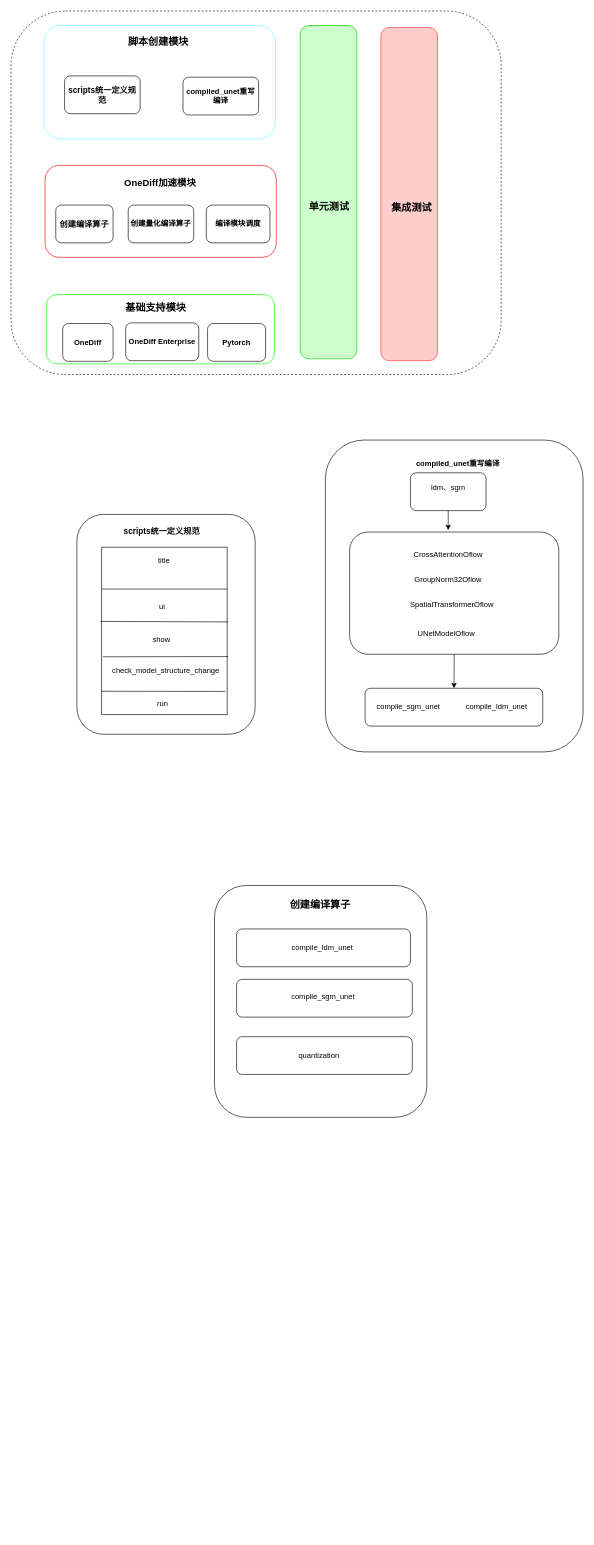
fmk345/pythonProject keeps this draw.io diagram as 未命名绘图.drawio. Above is the earlier version. Source tidied: cells renumbered, new cells numbered last; positions are measured from the earlier drawing's top-left corner, leaving out a move shared by most shapes. Both pictures are drawn from the tidied source at 63%, with x=0, y=0 at pixel (11, 11).
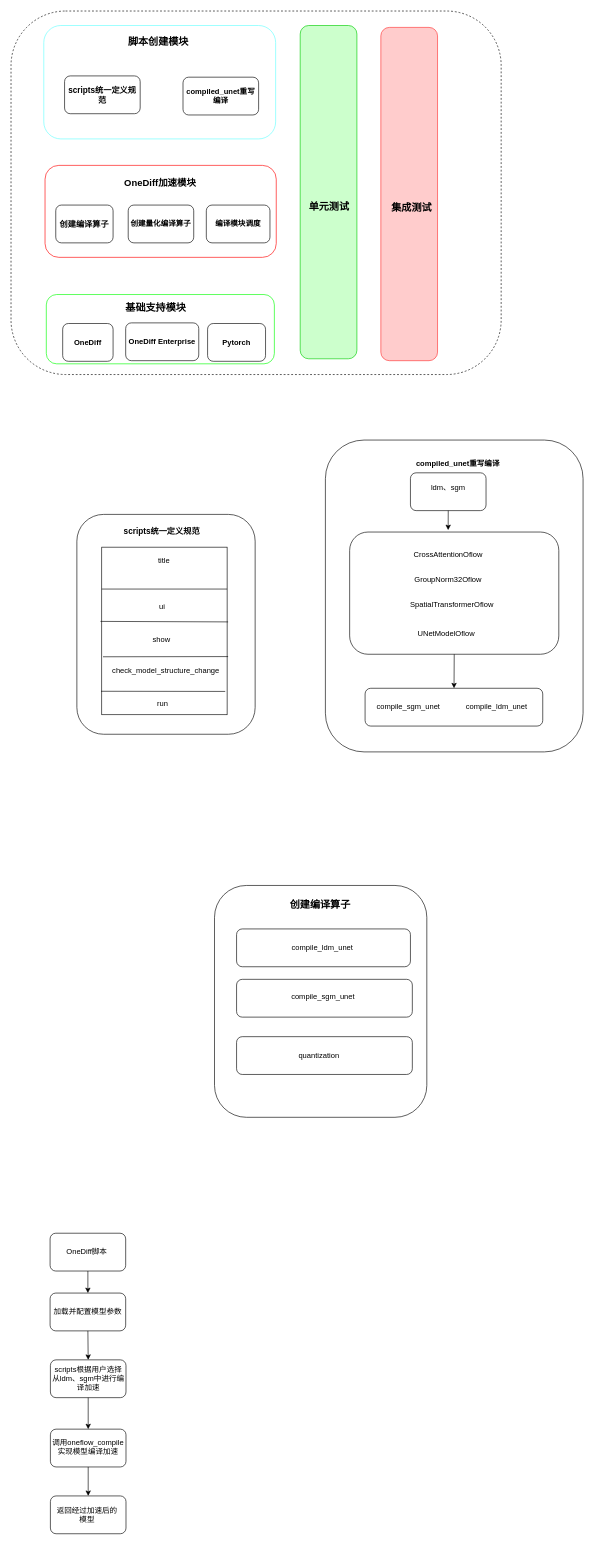
The same page after the edit.

Commit message:
更新未命名绘图.drawio

What changed in the source:
```diff
@@
+    <mxCell id="56" style="rounded=1;whiteSpace=wrap;html=1;" parent="1" vertex="1">
+      <mxGeometry x="62" y="1940" width="120" height="60" as="geometry" />
+    </mxCell>
+    <mxCell id="57" value="OneDiff脚本" style="text;html=1;align=center;verticalAlign=middle;whiteSpace=wrap;rounded=0;" parent="1" vertex="1">
+      <mxGeometry x="84" y="1955" width="73" height="30" as="geometry" />
+    </mxCell>
+    <mxCell id="58" value="加载并配置模型参数" style="rounded=1;whiteSpace=wrap;html=1;" parent="1" vertex="1">
+      <mxGeometry x="62" y="2035" width="120" height="60" as="geometry" />
+    </mxCell>
+    <mxCell id="59" value="scripts根据用户选择从ldm、sgm中进行编译加速" style="rounded=1;whiteSpace=wrap;html=1;" parent="1" vertex="1">
+      <mxGeometry x="62.5" y="2141" width="120" height="60" as="geometry" />
+    </mxCell>
+    <mxCell id="60" style="rounded=1;whiteSpace=wrap;html=1;" parent="1" vertex="1">
+      <mxGeometry x="62.5" y="2251" width="120" height="60" as="geometry" />
+    </mxCell>
+    <mxCell id="61" value="调用oneflow_compile实现模型编译加速" style="text;html=1;align=center;verticalAlign=middle;whiteSpace=wrap;rounded=0;" parent="1" vertex="1">
+      <mxGeometry x="62.5" y="2267" width="119" height="23" as="geometry" />
+    </mxCell>
+    <mxCell id="62" style="rounded=1;whiteSpace=wrap;html=1;" parent="1" vertex="1">
+      <mxGeometry x="62.5" y="2357" width="120" height="60" as="geometry" />
+    </mxCell>
+    <mxCell id="63" value="返回经过加速后的模型" style="text;html=1;align=center;verticalAlign=middle;whiteSpace=wrap;rounded=0;" parent="1" vertex="1">
+      <mxGeometry x="71" y="2372" width="100" height="30" as="geometry" />
+    </mxCell>
+    <mxCell id="64" style="endArrow=classic;html=1;rounded=0;exitX=0.5;exitY=1;exitDx=0;exitDy=0;entryX=0.5;entryY=0;entryDx=0;entryDy=0;" parent="1" edge="1" source="56" target="58">
+      <mxGeometry relative="1" as="geometry" />
+    </mxCell>
+    <mxCell id="65" style="endArrow=classic;html=1;rounded=0;exitX=0.5;exitY=1;exitDx=0;exitDy=0;entryX=0.5;entryY=0;entryDx=0;entryDy=0;" parent="1" edge="1" source="58" target="59">
+      <mxGeometry relative="1" as="geometry" />
+    </mxCell>
+    <mxCell id="66" style="endArrow=classic;html=1;rounded=0;exitX=0.5;exitY=1;exitDx=0;exitDy=0;entryX=0.5;entryY=0;entryDx=0;entryDy=0;" parent="1" edge="1" source="59" target="60">
+      <mxGeometry relative="1" as="geometry" />
+    </mxCell>
+    <mxCell id="67" style="endArrow=classic;html=1;rounded=0;exitX=0.5;exitY=1;exitDx=0;exitDy=0;entryX=0.5;entryY=0;entryDx=0;entryDy=0;" parent="1" edge="1" source="60" target="62">
+      <mxGeometry relative="1" as="geometry" />
+    </mxCell>
```
